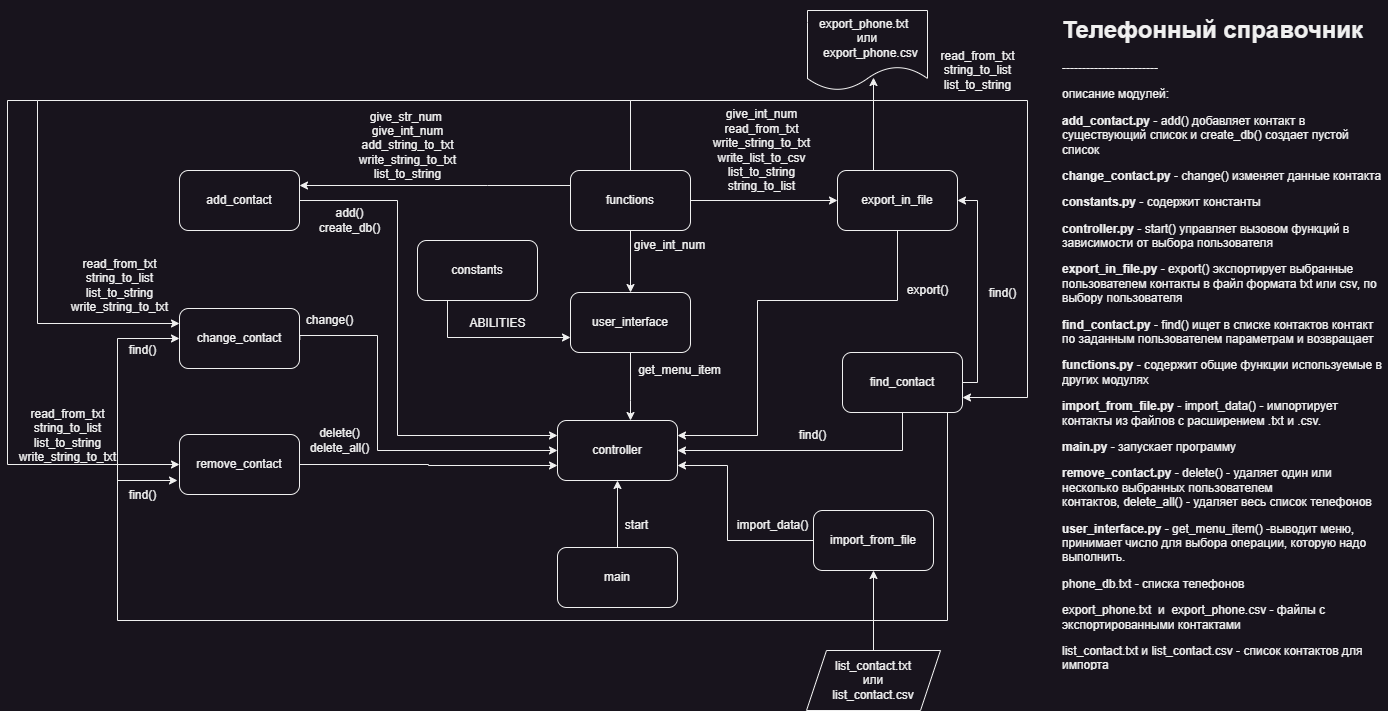
The draw.io diagram telephone.drawio.png in PrinceIgor2/Command_work, before a commit. Source tidied: cells renumbered, new cells last; positions are measured from the earlier drawing's top-left corner, leaving out a move shared by most shapes.
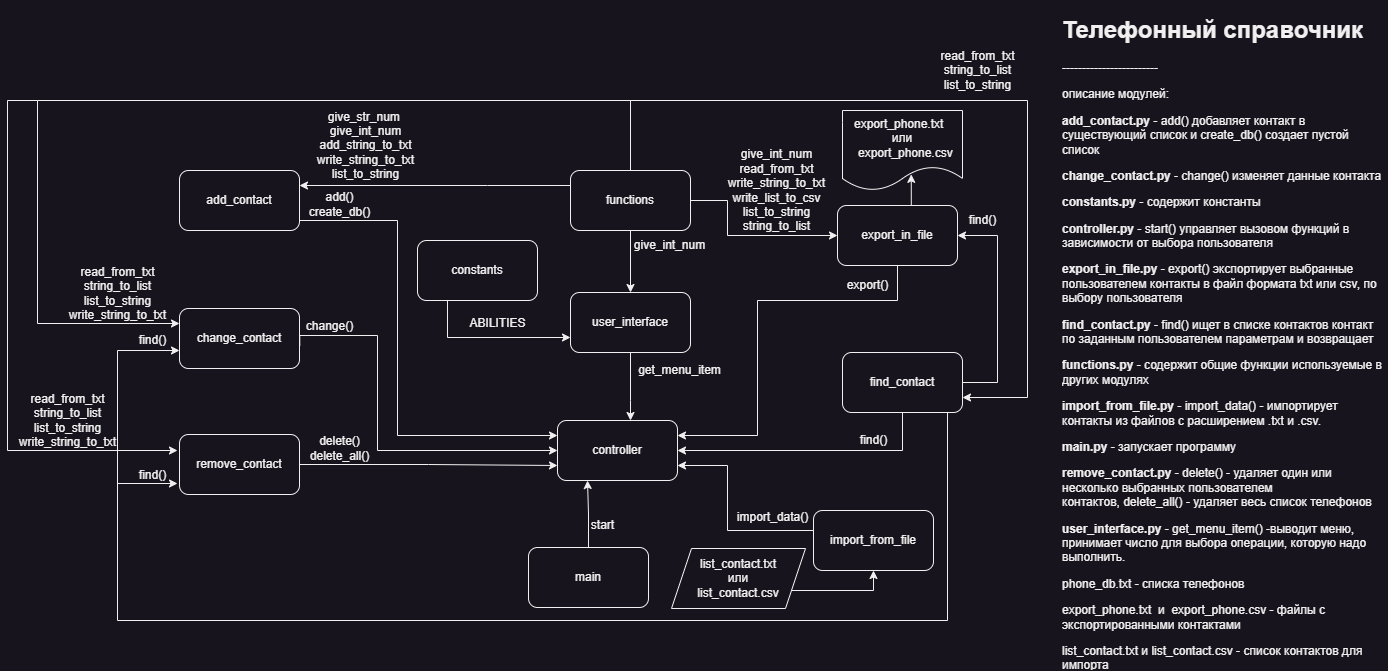
Above is the later version.

Commit message:
скорректирована блок-схема

What changed in the source:
```diff
@@ -19,7 +19,7 @@
     <mxCell id="5" style="edgeStyle=orthogonalEdgeStyle;rounded=0;jettySize=auto;html=1;entryX=0;entryY=0.25;entryDx=0;entryDy=0;" parent="1" edge="1" source="6" target="2">
       <mxGeometry relative="1" as="geometry">
         <Array as="points">
-          <mxPoint x="390" y="190" />
+          <mxPoint x="390" y="210" />
           <mxPoint x="390" y="425" />
         </Array>
       </mxGeometry>
@@ -41,7 +41,12 @@
       <mxGeometry x="172" y="298" width="120" height="60" as="geometry" />
     </mxCell>
     <mxCell id="9" style="edgeStyle=orthogonalEdgeStyle;rounded=0;jettySize=auto;html=1;entryX=0;entryY=0.75;entryDx=0;entryDy=0;" parent="1" edge="1" source="10" target="2">
-      <mxGeometry relative="1" as="geometry" />
+      <mxGeometry relative="1" as="geometry">
+        <Array as="points">
+          <mxPoint x="421" y="454" />
+          <mxPoint x="421" y="455" />
+        </Array>
+      </mxGeometry>
     </mxCell>
     <mxCell id="10" value="remove_contact" style="rounded=1;whiteSpace=wrap;html=1;" parent="1" vertex="1">
       <mxGeometry x="172" y="424" width="120" height="60" as="geometry" />
@@ -56,12 +61,12 @@
       </mxGeometry>
     </mxCell>
     <mxCell id="12" value="export_in_file" style="rounded=1;whiteSpace=wrap;html=1;" parent="1" vertex="1">
-      <mxGeometry x="830" y="160" width="120" height="60" as="geometry" />
+      <mxGeometry x="830" y="195" width="120" height="60" as="geometry" />
     </mxCell>
     <mxCell id="13" style="edgeStyle=orthogonalEdgeStyle;rounded=0;jettySize=auto;html=1;entryX=1;entryY=0.75;entryDx=0;entryDy=0;" parent="1" edge="1" source="14" target="2">
       <mxGeometry x="0.57" y="25" relative="1" as="geometry">
         <Array as="points">
-          <mxPoint x="720" y="530" />
+          <mxPoint x="720" y="520" />
           <mxPoint x="720" y="455" />
         </Array>
       </mxGeometry>
@@ -69,11 +74,11 @@
     <mxCell id="14" value="import_from_file" style="rounded=1;whiteSpace=wrap;html=1;" parent="1" vertex="1">
       <mxGeometry x="806" y="500" width="120" height="60" as="geometry" />
     </mxCell>
-    <mxCell id="15" style="edgeStyle=orthogonalEdgeStyle;rounded=0;jettySize=auto;html=1;entryX=0.5;entryY=1;entryDx=0;entryDy=0;" parent="1" edge="1" source="16" target="2">
+    <mxCell id="15" style="edgeStyle=orthogonalEdgeStyle;rounded=0;jettySize=auto;html=1;entryX=0.25;entryY=1;entryDx=0;entryDy=0;" parent="1" edge="1" source="16" target="2">
       <mxGeometry relative="1" as="geometry" />
     </mxCell>
     <mxCell id="16" value="main" style="rounded=1;whiteSpace=wrap;html=1;" parent="1" vertex="1">
-      <mxGeometry x="550" y="537" width="120" height="60" as="geometry" />
+      <mxGeometry x="521" y="537" width="120" height="60" as="geometry" />
     </mxCell>
     <mxCell id="17" style="edgeStyle=orthogonalEdgeStyle;rounded=0;jettySize=auto;html=1;entryX=1;entryY=0.5;entryDx=0;entryDy=0;" parent="1" edge="1" source="20" target="2">
       <mxGeometry relative="1" as="geometry">
@@ -83,19 +88,21 @@
       </mxGeometry>
     </mxCell>
     <mxCell id="18" style="edgeStyle=orthogonalEdgeStyle;rounded=0;jettySize=auto;html=1;entryX=1;entryY=0.5;entryDx=0;entryDy=0;" parent="1" edge="1" source="20" target="12">
-      <mxGeometry relative="1" as="geometry">
+      <mxGeometry x="0.08" y="-20" relative="1" as="geometry">
         <Array as="points">
-          <mxPoint x="970" y="372" />
-          <mxPoint x="970" y="190" />
+          <mxPoint x="990" y="372" />
+          <mxPoint x="990" y="225" />
         </Array>
       </mxGeometry>
     </mxCell>
-    <mxCell id="19" style="edgeStyle=orthogonalEdgeStyle;rounded=0;jettySize=auto;html=1;entryX=0;entryY=0.5;entryDx=0;entryDy=0;" parent="1" edge="1" source="20" target="8">
+    <mxCell id="19" style="edgeStyle=orthogonalEdgeStyle;rounded=0;jettySize=auto;html=1;" parent="1" edge="1" source="20">
       <mxGeometry relative="1" as="geometry">
+        <mxPoint x="172" y="340" as="targetPoint" />
         <Array as="points">
           <mxPoint x="940" y="610" />
           <mxPoint x="110" y="610" />
-          <mxPoint x="110" y="328" />
+          <mxPoint x="110" y="340" />
+          <mxPoint x="172" y="340" />
         </Array>
       </mxGeometry>
     </mxCell>
@@ -106,34 +113,39 @@
       <mxGeometry x="617" y="345" width="110" height="30" as="geometry" />
     </mxCell>
     <mxCell id="22" value="start" style="text;html=1;align=center;verticalAlign=middle;strokeColor=none;fillColor=none;" parent="1" vertex="1">
-      <mxGeometry x="604" y="500" width="50" height="30" as="geometry" />
+      <mxGeometry x="570" y="500" width="50" height="30" as="geometry" />
     </mxCell>
     <mxCell id="23" value="&lt;h1&gt;Телефонный справочник&lt;/h1&gt;&lt;p&gt;------------------------&lt;/p&gt;&lt;p&gt;описание модулей:&lt;/p&gt;&lt;p&gt;&lt;b&gt;add_contact.py&lt;/b&gt; - add() добавляет контакт в существующий список и&amp;nbsp;create_db() создает пустой список&lt;/p&gt;&lt;p&gt;&lt;b&gt;change_contact.py&lt;/b&gt; - change()&amp;nbsp;&lt;span style=&quot;background-color: initial;&quot;&gt;изменяет данные контакта&lt;/span&gt;&lt;/p&gt;&lt;p&gt;&lt;b&gt;constants.py&lt;/b&gt; - содержит константы&lt;/p&gt;&lt;p&gt;&lt;b&gt;controller.py&lt;/b&gt; - start() управляет вызовом функций в зависимости от выбора пользователя&lt;/p&gt;&lt;p&gt;&lt;b&gt;export_in_file.py&lt;/b&gt; -&amp;nbsp;export() экспортирует выбранные пользователем контакты в файл формата txt или csv, по выбору пользователя&lt;/p&gt;&lt;p&gt;&lt;b&gt;find_contact.py&lt;/b&gt; - find() ищет в списке контактов контакт по заданным пользователем параметрам и возвращает&amp;nbsp;&lt;/p&gt;&lt;p&gt;&lt;b&gt;functions.py&lt;/b&gt; - содержит общие функции используемые в других модулях&amp;nbsp;&lt;/p&gt;&lt;p&gt;&lt;b&gt;import_from_file.py&lt;/b&gt; -&amp;nbsp;import_data() - импортирует контакты из файлов с расширением .txt и .csv.&lt;/p&gt;&lt;p&gt;&lt;b&gt;main.py&lt;/b&gt; - запускает программу&lt;/p&gt;&lt;p&gt;&lt;b&gt;remove_contact.py&lt;/b&gt; -&amp;nbsp;&lt;span style=&quot;background-color: initial;&quot;&gt;delete() - удаляет один или несколько выбранных пользователем контактов,&amp;nbsp;&lt;/span&gt;&lt;span style=&quot;background-color: initial;&quot;&gt;delete_all() - удаляет весь список телефонов&lt;/span&gt;&lt;/p&gt;&lt;p&gt;&lt;b&gt;user_interface.py&lt;/b&gt; -&amp;nbsp;get_menu_item() -выводит меню, принимает число для выбора операции, которую надо выполнить.&lt;/p&gt;&lt;p&gt;&lt;span style=&quot;background-color: initial;&quot;&gt;phone_db.txt - списка телефонов&lt;/span&gt;&lt;br&gt;&lt;/p&gt;&lt;p&gt;&lt;span style=&quot;background-color: initial;&quot;&gt;export_phone.txt&amp;nbsp;&lt;/span&gt;&lt;span style=&quot;background-color: initial;&quot;&gt;&amp;nbsp;и&amp;nbsp; export_phone.csv - файлы с экспортированными кoнтактами&lt;/span&gt;&lt;/p&gt;&lt;p&gt;&lt;span style=&quot;background-color: initial;&quot;&gt;list_contact.txt и list_contact.csv - список контактов для импорта&lt;/span&gt;&lt;/p&gt;&lt;p&gt;&lt;span style=&quot;background-color: initial;&quot;&gt;Add_contact.svg&lt;/span&gt;&lt;span style=&quot;background-color: initial;&quot;&gt;. - блок-схема добавления контакта&lt;/span&gt;&lt;br&gt;&lt;/p&gt;&lt;p&gt;algorithm_import.drawio - блок-схема импорта контактов&lt;br&gt;&lt;/p&gt;&lt;p&gt;&lt;br&gt;&lt;/p&gt;" style="text;html=1;strokeColor=none;fillColor=none;spacing=5;spacingTop=-20;whiteSpace=wrap;overflow=hidden;rounded=0;" parent="1" vertex="1">
       <mxGeometry x="1050" width="330" height="660" as="geometry" />
     </mxCell>
     <mxCell id="24" value="&lt;div&gt;add()&lt;/div&gt;&lt;div&gt;create_db()&lt;/div&gt;" style="text;html=1;align=center;verticalAlign=middle;strokeColor=none;fillColor=none;" parent="1" vertex="1">
-      <mxGeometry x="302" y="190" width="80" height="40" as="geometry" />
+      <mxGeometry x="292" y="174" width="80" height="40" as="geometry" />
     </mxCell>
     <mxCell id="25" value="change()" style="text;html=1;align=center;verticalAlign=middle;points=[];strokeColor=none;fillColor=none;" parent="1" vertex="1">
-      <mxGeometry x="287" y="295" width="70" height="30" as="geometry" />
+      <mxGeometry x="287" y="301" width="70" height="30" as="geometry" />
     </mxCell>
     <mxCell id="26" value="&lt;div&gt;delete()&lt;/div&gt;&lt;div&gt;delete_all()&lt;/div&gt;" style="text;html=1;align=center;verticalAlign=middle;strokeColor=none;fillColor=none;" parent="1" vertex="1">
-      <mxGeometry x="292" y="410" width="80" height="40" as="geometry" />
+      <mxGeometry x="292" y="418" width="80" height="40" as="geometry" />
     </mxCell>
     <mxCell id="27" value="find()" style="text;html=1;align=center;verticalAlign=middle;strokeColor=none;fillColor=none;" parent="1" vertex="1">
-      <mxGeometry x="780" y="410" width="50" height="30" as="geometry" />
+      <mxGeometry x="841" y="415" width="50" height="30" as="geometry" />
     </mxCell>
     <mxCell id="28" value="export()" style="text;html=1;align=center;verticalAlign=middle;strokeColor=none;fillColor=none;" parent="1" vertex="1">
-      <mxGeometry x="890" y="265" width="60" height="30" as="geometry" />
+      <mxGeometry x="830" y="260" width="60" height="30" as="geometry" />
     </mxCell>
     <mxCell id="29" value="import_data()" style="text;html=1;align=center;verticalAlign=middle;strokeColor=none;fillColor=none;" parent="1" vertex="1">
-      <mxGeometry x="720" y="500" width="90" height="30" as="geometry" />
+      <mxGeometry x="720" y="492" width="90" height="30" as="geometry" />
     </mxCell>
     <mxCell id="30" style="edgeStyle=orthogonalEdgeStyle;rounded=0;jettySize=auto;html=1;entryX=0.5;entryY=0;entryDx=0;entryDy=0;" parent="1" edge="1" source="35" target="4">
       <mxGeometry relative="1" as="geometry" />
     </mxCell>
     <mxCell id="31" style="edgeStyle=orthogonalEdgeStyle;rounded=0;jettySize=auto;html=1;entryX=0;entryY=0.5;entryDx=0;entryDy=0;" parent="1" edge="1" source="35" target="12">
-      <mxGeometry relative="1" as="geometry" />
+      <mxGeometry relative="1" as="geometry">
+        <Array as="points">
+          <mxPoint x="720" y="190" />
+          <mxPoint x="720" y="225" />
+        </Array>
+      </mxGeometry>
     </mxCell>
     <mxCell id="32" style="edgeStyle=orthogonalEdgeStyle;rounded=0;jettySize=auto;html=1;entryX=1;entryY=0.25;entryDx=0;entryDy=0;" parent="1" edge="1" source="35" target="6">
       <mxGeometry relative="1" as="geometry">
@@ -168,13 +180,13 @@
       <mxGeometry x="617" y="220" width="90" height="30" as="geometry" />
     </mxCell>
     <mxCell id="37" value="&lt;div&gt;give_int_num&lt;/div&gt;&lt;div&gt;read_from_txt&lt;/div&gt;&lt;div&gt;write_string_to_txt&lt;/div&gt;&lt;div&gt;write_list_to_csv&lt;/div&gt;&lt;div&gt;list_to_string&lt;/div&gt;&lt;div&gt;string_to_list&lt;/div&gt;" style="text;html=1;align=center;verticalAlign=middle;strokeColor=none;fillColor=none;" parent="1" vertex="1">
-      <mxGeometry x="694" y="90" width="120" height="100" as="geometry" />
+      <mxGeometry x="709" y="130" width="120" height="100" as="geometry" />
     </mxCell>
     <mxCell id="38" value="&lt;div&gt;give_str_num&amp;nbsp;&lt;/div&gt;&lt;div&gt;give_int_num&lt;/div&gt;&lt;div&gt;add_string_to_txt&lt;/div&gt;&lt;div&gt;write_string_to_txt&lt;/div&gt;&lt;div&gt;list_to_string&lt;/div&gt;" style="text;html=1;align=center;verticalAlign=middle;strokeColor=none;fillColor=none;" parent="1" vertex="1">
-      <mxGeometry x="340" y="90" width="120" height="90" as="geometry" />
+      <mxGeometry x="298" y="90" width="120" height="90" as="geometry" />
     </mxCell>
     <mxCell id="39" value="find()" style="text;html=1;align=center;verticalAlign=middle;strokeColor=none;fillColor=none;" parent="1" vertex="1">
-      <mxGeometry x="970" y="268" width="50" height="30" as="geometry" />
+      <mxGeometry x="950" y="195" width="50" height="30" as="geometry" />
     </mxCell>
     <mxCell id="40" style="edgeStyle=orthogonalEdgeStyle;rounded=0;jettySize=auto;html=1;entryX=0;entryY=0.75;entryDx=0;entryDy=0;" parent="1" edge="1" source="41" target="4">
       <mxGeometry relative="1" as="geometry">
@@ -194,44 +206,47 @@
     </mxCell>
     <mxCell id="44" style="endArrow=classic;html=1;rounded=0;" parent="1" edge="1">
       <mxGeometry relative="1" as="geometry">
-        <mxPoint x="110" y="470" as="sourcePoint" />
-        <mxPoint x="170" y="470" as="targetPoint" />
+        <mxPoint x="110" y="473" as="sourcePoint" />
+        <mxPoint x="170" y="473" as="targetPoint" />
       </mxGeometry>
     </mxCell>
     <mxCell id="45" value="find()" style="text;html=1;align=center;verticalAlign=middle;strokeColor=none;fillColor=none;" parent="1" vertex="1">
-      <mxGeometry x="110" y="470" width="50" height="30" as="geometry" />
+      <mxGeometry x="120" y="450" width="50" height="30" as="geometry" />
     </mxCell>
     <mxCell id="46" value="find()" style="text;html=1;align=center;verticalAlign=middle;strokeColor=none;fillColor=none;" parent="1" vertex="1">
-      <mxGeometry x="110" y="325" width="50" height="30" as="geometry" />
+      <mxGeometry x="120" y="315" width="50" height="30" as="geometry" />
     </mxCell>
     <mxCell id="47" value="&lt;div&gt;read_from_txt&lt;/div&gt;&lt;div&gt;string_to_list&lt;/div&gt;&lt;div&gt;list_to_string&lt;/div&gt;&lt;div&gt;write_string_to_txt&lt;/div&gt;" style="text;html=1;align=center;verticalAlign=middle;strokeColor=none;fillColor=none;" parent="1" vertex="1">
-      <mxGeometry x="52" y="240" width="120" height="70" as="geometry" />
+      <mxGeometry x="50" y="248" width="120" height="70" as="geometry" />
     </mxCell>
-    <mxCell id="48" style="endArrow=classic;html=1;rounded=0;entryX=0;entryY=0.5;entryDx=0;entryDy=0;" parent="1" edge="1" target="10">
+    <mxCell id="48" style="endArrow=classic;html=1;rounded=0;" parent="1" edge="1">
       <mxGeometry relative="1" as="geometry">
         <mxPoint x="30" y="90" as="sourcePoint" />
+        <mxPoint x="170" y="440" as="targetPoint" />
         <Array as="points">
           <mxPoint y="90" />
-          <mxPoint y="454" />
+          <mxPoint y="440" />
         </Array>
       </mxGeometry>
     </mxCell>
     <mxCell id="49" value="&lt;div&gt;read_from_txt&lt;/div&gt;&lt;div&gt;string_to_list&lt;/div&gt;&lt;div&gt;list_to_string&lt;/div&gt;&lt;div&gt;write_string_to_txt&lt;/div&gt;" style="text;html=1;align=center;verticalAlign=middle;strokeColor=none;fillColor=none;" parent="1" vertex="1">
-      <mxGeometry y="390" width="120" height="70" as="geometry" />
+      <mxGeometry y="375" width="120" height="70" as="geometry" />
     </mxCell>
     <mxCell id="50" style="edgeStyle=orthogonalEdgeStyle;rounded=0;jettySize=auto;html=1;entryX=0.5;entryY=1;entryDx=0;entryDy=0;" parent="1" edge="1" source="51" target="14">
-      <mxGeometry relative="1" as="geometry" />
+      <mxGeometry relative="1" as="geometry">
+        <Array as="points">
+          <mxPoint x="866" y="580" />
+        </Array>
+      </mxGeometry>
     </mxCell>
     <mxCell id="51" value="&lt;span style=&quot;text-align: left;&quot;&gt;list_contact.txt &lt;br&gt;или &lt;br&gt;list_contact.csv&lt;/span&gt;" style="shape=parallelogram;perimeter=parallelogramPerimeter;whiteSpace=wrap;html=1;fixedSize=1;" parent="1" vertex="1">
-      <mxGeometry x="799" y="640" width="134" height="60" as="geometry" />
+      <mxGeometry x="664" y="538" width="134" height="60" as="geometry" />
     </mxCell>
-    <mxCell id="52" style="endArrow=classic;html=1;rounded=0;entryX=0.55;entryY=0.838;entryDx=0;entryDy=0;entryPerimeter=0;" parent="1" edge="1" target="53">
-      <mxGeometry relative="1" as="geometry">
-        <mxPoint x="866" y="160" as="sourcePoint" />
-      </mxGeometry>
-    </mxCell>
     <mxCell id="53" value="&lt;span style=&quot;background-color: initial; text-align: left;&quot;&gt;export_phone.txt&amp;nbsp;&lt;/span&gt;&lt;span style=&quot;background-color: initial; text-align: left;&quot;&gt;&amp;nbsp;&lt;br&gt;или&lt;br&gt;&amp;nbsp; export_phone.csv&lt;/span&gt;" style="shape=document;whiteSpace=wrap;html=1;boundedLbl=1;" parent="1" vertex="1">
-      <mxGeometry x="800" width="120" height="80" as="geometry" />
+      <mxGeometry x="835" y="100" width="120" height="80" as="geometry" />
     </mxCell>
+    <mxCell id="54" style="endArrow=classic;html=1;rounded=0;exitX=0.615;exitY=0.007;exitDx=0;exitDy=0;exitPerimeter=0;entryX=0.573;entryY=0.798;entryDx=0;entryDy=0;entryPerimeter=0;" parent="1" edge="1" source="12" target="53">
+      <mxGeometry relative="1" as="geometry" />
+    </mxCell>
   </root>
 </mxGraphModel>
```
